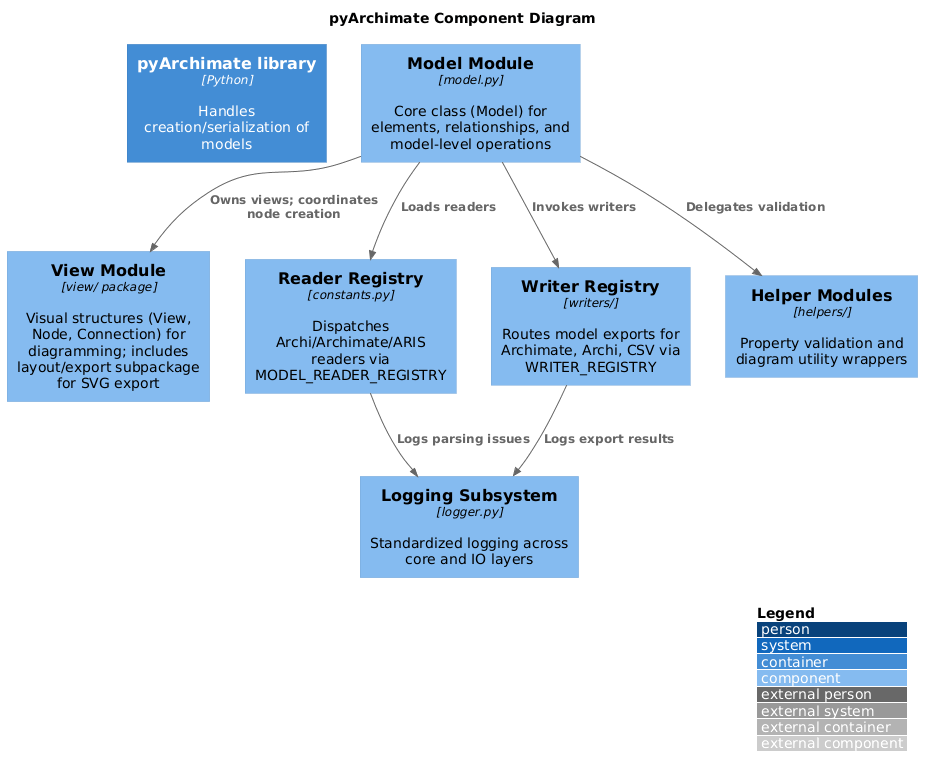
Earlier version of the PlantUML export docs/diagrams/c4_component.png (pyArchimate/pyArchimate).
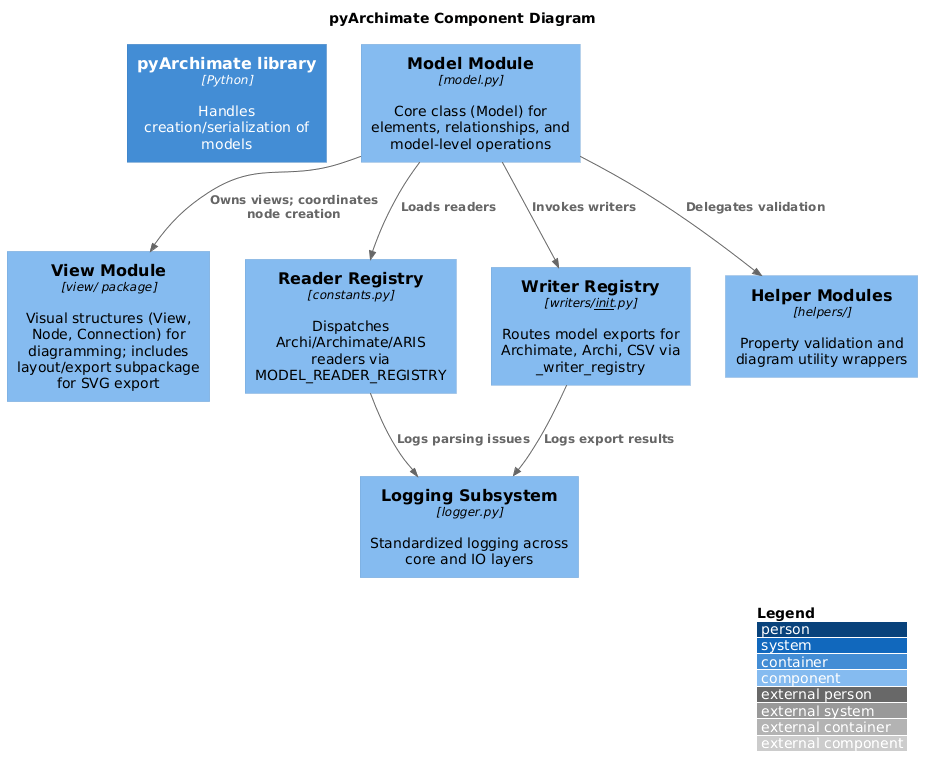
After the commit.

Change to the diagram source:
```diff
@@ -8,7 +8,7 @@
 Component(modelMod, "Model Module", "model.py", "Core class (Model) for elements, relationships, and model-level operations")
 Component(viewMod, "View Module", "view/ package", "Visual structures (View, Node, Connection) for diagramming; includes layout/export subpackage for SVG export")
 Component(readerRegistry, "Reader Registry", "constants.py", "Dispatches Archi/Archimate/ARIS readers via MODEL_READER_REGISTRY")
-Component(writerRegistry, "Writer Registry", "writers/", "Routes model exports for Archimate, Archi, CSV via WRITER_REGISTRY")
+Component(writerRegistry, "Writer Registry", "writers/__init__.py", "Routes model exports for Archimate, Archi, CSV via _writer_registry")
 Component(logging, "Logging Subsystem", "logger.py", "Standardized logging across core and IO layers")
 Component(helpers, "Helper Modules", "helpers/", "Property validation and diagram utility wrappers")
 
```
